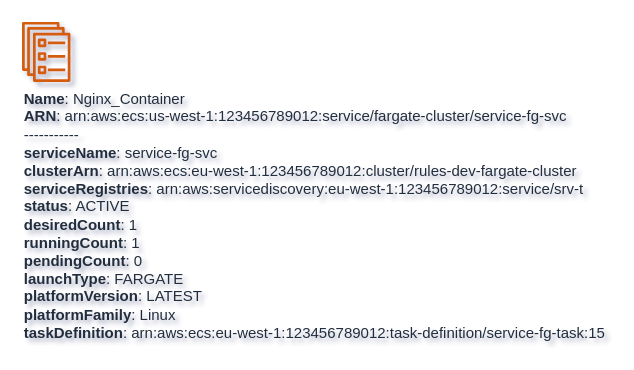
The draw.io diagram docs/docs/aws-components/output/drawio/ecs_service.drawio in tsypuk/multicloud-diagrams, before the edit. Source tidied: cells renumbered, new cells numbered last; positions are measured from the earlier drawing's top-left corner, leaving out a move shared by most shapes. Both pictures are drawn from the tidied source at 125%, with x=0, y=0 at pixel (21, 21).
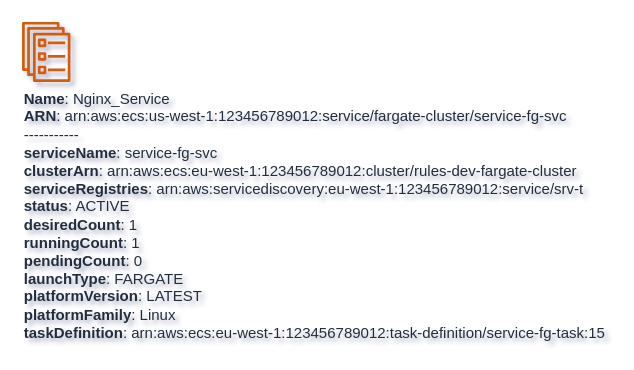
The same page after the edit.

Commit message (it also covers changes not shown here):
feat: add ecs task node

Diff of the diagram source:
```diff
@@
 <mxGraphModel shadow="1">
   <root>
     <mxCell id="0" />
     <mxCell id="1" parent="0" />
-    <mxCell id="2" value="&lt;b&gt;Name&lt;/b&gt;: Nginx_Container&lt;BR&gt;&lt;b&gt;ARN&lt;/b&gt;: arn:aws:ecs:us-west-1:123456789012:service/fargate-cluster/service-fg-svc&lt;BR&gt;-----------&lt;BR&gt;&lt;b&gt;serviceName&lt;/b&gt;: service-fg-svc&lt;BR&gt;&lt;b&gt;clusterArn&lt;/b&gt;: arn:aws:ecs:eu-west-1:123456789012:cluster/rules-dev-fargate-cluster&lt;BR&gt;&lt;b&gt;serviceRegistries&lt;/b&gt;: arn:aws:servicediscovery:eu-west-1:123456789012:service/srv-t&lt;BR&gt;&lt;b&gt;status&lt;/b&gt;: ACTIVE&lt;BR&gt;&lt;b&gt;desiredCount&lt;/b&gt;: 1&lt;BR&gt;&lt;b&gt;runningCount&lt;/b&gt;: 1&lt;BR&gt;&lt;b&gt;pendingCount&lt;/b&gt;: 0&lt;BR&gt;&lt;b&gt;launchType&lt;/b&gt;: FARGATE&lt;BR&gt;&lt;b&gt;platformVersion&lt;/b&gt;: LATEST&lt;BR&gt;&lt;b&gt;platformFamily&lt;/b&gt;: Linux&lt;BR&gt;&lt;b&gt;taskDefinition&lt;/b&gt;: arn:aws:ecs:eu-west-1:123456789012:task-definition/service-fg-task:15" style="sketch=0;fontColor=#232F3E;gradientColor=none;fillColor=#D45B07;strokeColor=none;dashed=0;verticalLabelPosition=bottom;verticalAlign=top;align=left;html=1;fontSize=12;fontStyle=0;shape=mxgraph.aws4.ecs_service;" parent="1" vertex="1">
+    <mxCell id="2" value="&lt;b&gt;Name&lt;/b&gt;: Nginx_Service&lt;BR&gt;&lt;b&gt;ARN&lt;/b&gt;: arn:aws:ecs:us-west-1:123456789012:service/fargate-cluster/service-fg-svc&lt;BR&gt;-----------&lt;BR&gt;&lt;b&gt;serviceName&lt;/b&gt;: service-fg-svc&lt;BR&gt;&lt;b&gt;clusterArn&lt;/b&gt;: arn:aws:ecs:eu-west-1:123456789012:cluster/rules-dev-fargate-cluster&lt;BR&gt;&lt;b&gt;serviceRegistries&lt;/b&gt;: arn:aws:servicediscovery:eu-west-1:123456789012:service/srv-t&lt;BR&gt;&lt;b&gt;status&lt;/b&gt;: ACTIVE&lt;BR&gt;&lt;b&gt;desiredCount&lt;/b&gt;: 1&lt;BR&gt;&lt;b&gt;runningCount&lt;/b&gt;: 1&lt;BR&gt;&lt;b&gt;pendingCount&lt;/b&gt;: 0&lt;BR&gt;&lt;b&gt;launchType&lt;/b&gt;: FARGATE&lt;BR&gt;&lt;b&gt;platformVersion&lt;/b&gt;: LATEST&lt;BR&gt;&lt;b&gt;platformFamily&lt;/b&gt;: Linux&lt;BR&gt;&lt;b&gt;taskDefinition&lt;/b&gt;: arn:aws:ecs:eu-west-1:123456789012:task-definition/service-fg-task:15" style="sketch=0;fontColor=#232F3E;gradientColor=none;fillColor=#D45B07;strokeColor=none;dashed=0;verticalLabelPosition=bottom;verticalAlign=top;align=left;html=1;fontSize=12;fontStyle=0;shape=mxgraph.aws4.ecs_service;" parent="1" vertex="1">
       <mxGeometry width="39" height="48" as="geometry" />
     </mxCell>
   </root>
 </mxGraphModel>
```
